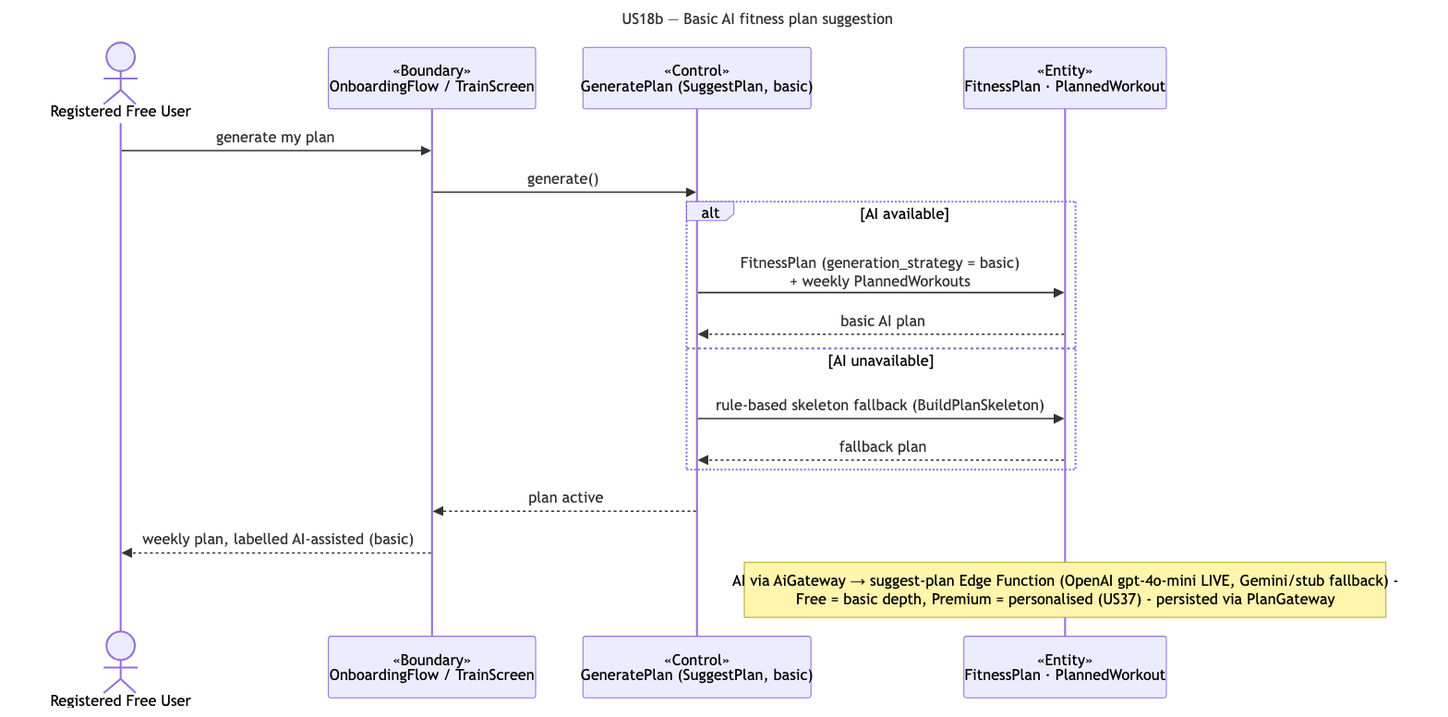
Earlier version of the Mermaid export docs/deliverables/sequence-diagrams/US18b-basic-routine.png (cyuanjun/FYP-26-S2-37-app). Its source is kept beside it as docs/deliverables/sequence-diagrams/src/US18b-basic-routine.mmd.
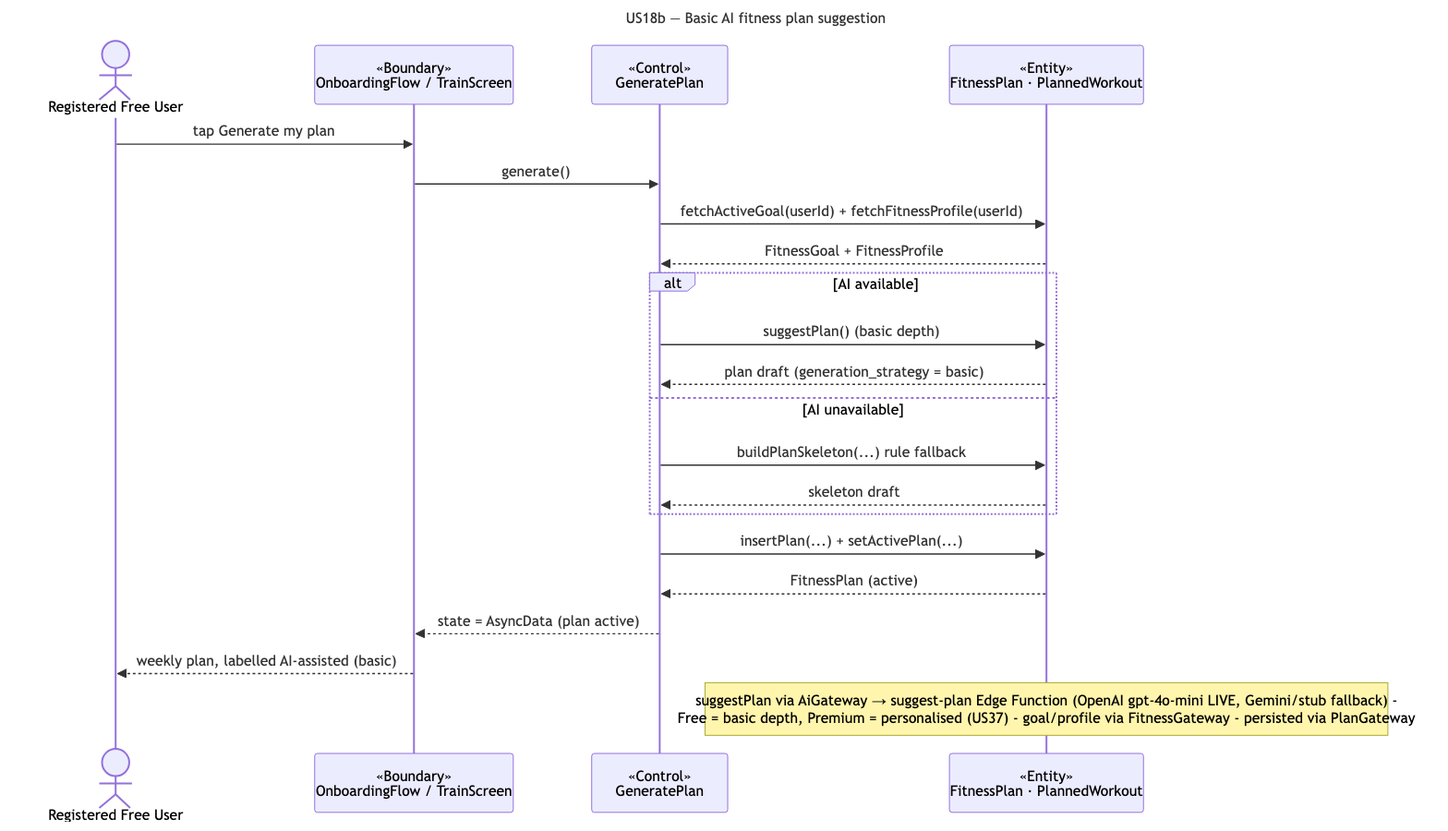
Above is the later version.

What changed in the source:
```diff
@@ -4,17 +4,21 @@
 sequenceDiagram
   actor A as Registered Free User
   participant B as «Boundary»<br/>OnboardingFlow / TrainScreen
-  participant C as «Control»<br/>GeneratePlan (SuggestPlan, basic)
+  participant C as «Control»<br/>GeneratePlan
   participant E as «Entity»<br/>FitnessPlan · PlannedWorkout
-  A->>B: generate my plan
+  A->>B: tap Generate my plan
   B->>C: generate()
+  C->>E: fetchActiveGoal(userId) + fetchFitnessProfile(userId)
+  E-->>C: FitnessGoal + FitnessProfile
   alt AI available
-    C->>E: FitnessPlan (generation_strategy = basic)<br/>+ weekly PlannedWorkouts
-    E-->>C: basic AI plan
+    C->>E: suggestPlan() (basic depth)
+    E-->>C: plan draft (generation_strategy = basic)
   else AI unavailable
-    C->>E: rule-based skeleton fallback (BuildPlanSkeleton)
-    E-->>C: fallback plan
+    C->>E: buildPlanSkeleton(...) rule fallback
+    E-->>C: skeleton draft
   end
-  C-->>B: plan active
+  C->>E: insertPlan(...) + setActivePlan(...)
+  E-->>C: FitnessPlan (active)
+  C-->>B: state = AsyncData (plan active)
   B-->>A: weekly plan, labelled AI-assisted (basic)
-  note over E: AI via AiGateway → suggest-plan Edge Function (OpenAI gpt-4o-mini LIVE, Gemini/stub fallback) -<br/>Free = basic depth, Premium = personalised (US37) - persisted via PlanGateway
+  note over E: suggestPlan via AiGateway → suggest-plan Edge Function (OpenAI gpt-4o-mini LIVE, Gemini/stub fallback) -<br/>Free = basic depth, Premium = personalised (US37) - goal/profile via FitnessGateway - persisted via PlanGateway
```
